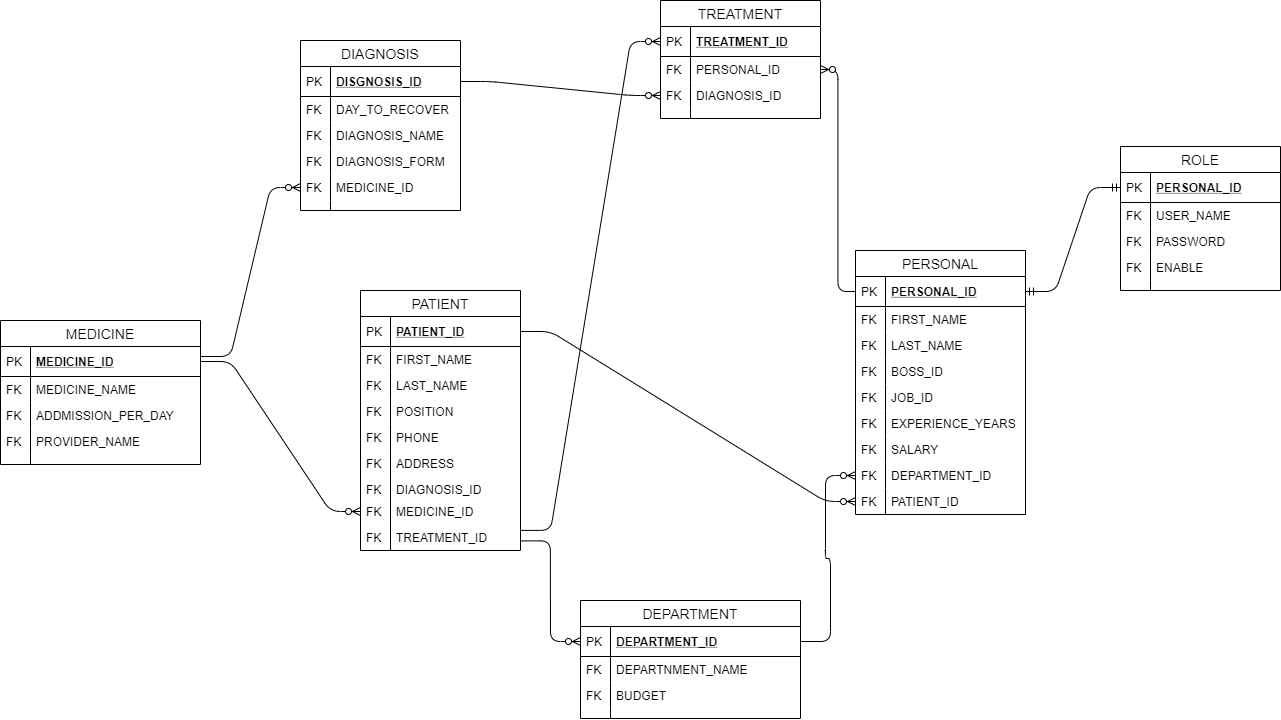
Before: TestSpringSecurityMavenProject/diagrams/DB_Diagram.png, a diagram exported from draw.io (Viencer/test). Source tidied: cells renumbered, new cells last; positions are measured from the earlier drawing's top-left corner, leaving out a move shared by most shapes.
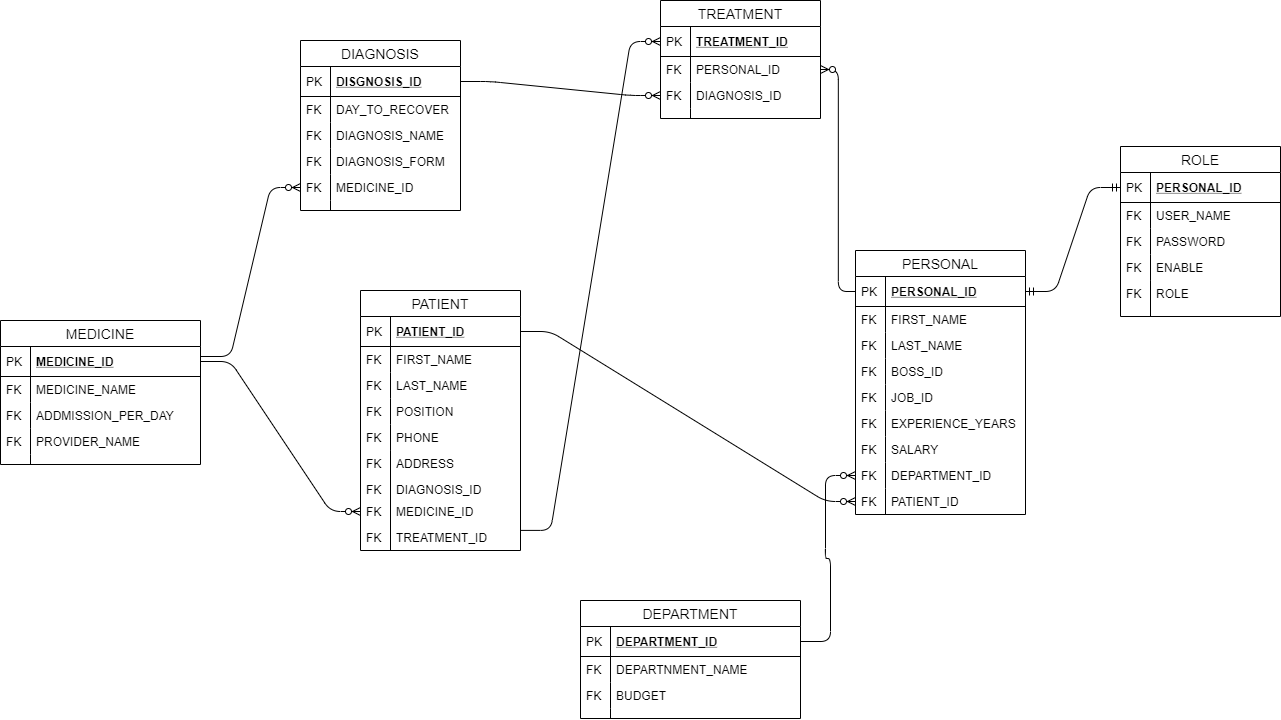
After the change.

Commit message:
Db_Diagram remove mistake

Diff of the diagram source:
```diff
@@ -203,9 +203,6 @@
     <mxCell id="68" style="edgeStyle=entityRelationEdgeStyle;fontSize=12;html=1;endArrow=ERzeroToMany;endFill=1;strokeColor=#000000;entryX=0;entryY=0.5;entryDx=0;entryDy=0;exitX=1;exitY=0.5;exitDx=0;exitDy=0;" parent="1" edge="1" source="48" target="22">
       <mxGeometry relative="1" as="geometry" />
     </mxCell>
-    <mxCell id="69" style="edgeStyle=entityRelationEdgeStyle;fontSize=12;html=1;endArrow=ERzeroToMany;endFill=1;strokeColor=#000000;entryX=0;entryY=0.5;entryDx=0;entryDy=0;exitX=0.999;exitY=0.63;exitDx=0;exitDy=0;exitPerimeter=0;" parent="1" edge="1" source="66" target="95">
-      <mxGeometry relative="1" as="geometry" />
-    </mxCell>
     <mxCell id="70" value="MEDICINE" style="swimlane;fontStyle=0;horizontal=1;startSize=26;align=center;fontSize=14;" parent="1" vertex="1">
       <mxGeometry y="320" width="200" height="144" as="geometry" />
     </mxCell>
@@ -246,7 +243,7 @@
       <mxGeometry relative="1" as="geometry" />
     </mxCell>
     <mxCell id="83" value="ROLE" style="swimlane;fontStyle=0;horizontal=1;startSize=26;align=center;fontSize=14;" parent="1" vertex="1">
-      <mxGeometry x="1120" y="146" width="160" height="144" as="geometry" />
+      <mxGeometry x="1120" y="146" width="160" height="170" as="geometry" />
     </mxCell>
     <mxCell id="84" value="PERSONAL_ID" style="shape=partialRectangle;top=0;left=0;right=0;bottom=1;align=left;verticalAlign=middle;fillColor=none;spacingLeft=34;spacingRight=4;overflow=hidden;points=[[0,0.5],[1,0.5]];portConstraint=eastwest;fontStyle=5;fontSize=12;" parent="83" vertex="1">
       <mxGeometry y="26" width="160" height="30" as="geometry" />
@@ -273,10 +270,10 @@
       <mxGeometry width="30" height="26" as="geometry" />
     </mxCell>
     <mxCell id="92" style="shape=partialRectangle;top=0;left=0;right=0;bottom=0;align=left;verticalAlign=top;fillColor=none;spacingLeft=34;spacingRight=4;overflow=hidden;fontSize=12;" parent="83" vertex="1">
-      <mxGeometry y="134" width="160" height="10" as="geometry" />
+      <mxGeometry y="134" width="160" height="36" as="geometry" />
     </mxCell>
     <mxCell id="93" style="shape=partialRectangle;top=0;left=0;bottom=0;fillColor=none;align=left;verticalAlign=top;spacingLeft=4;spacingRight=4;overflow=hidden;fontSize=12;" parent="92" vertex="1">
-      <mxGeometry width="30" height="10" as="geometry" />
+      <mxGeometry width="30" height="36" as="geometry" />
     </mxCell>
     <mxCell id="94" value="DEPARTMENT" style="swimlane;fontStyle=0;horizontal=1;startSize=26;align=center;fontSize=14;" parent="1" vertex="1">
       <mxGeometry x="580" y="600" width="220" height="118" as="geometry" />
@@ -310,5 +307,11 @@
         <mxPoint x="200" y="356" as="sourcePoint" />
       </mxGeometry>
     </mxCell>
+    <mxCell id="104" value="ROLE" style="shape=partialRectangle;top=0;left=0;right=0;bottom=0;align=left;verticalAlign=top;fillColor=none;spacingLeft=34;spacingRight=4;overflow=hidden;fontSize=12;" parent="1" vertex="1">
+      <mxGeometry x="1120" y="280" width="160" height="26" as="geometry" />
+    </mxCell>
+    <mxCell id="105" value="FK" style="shape=partialRectangle;top=0;left=0;bottom=0;fillColor=none;align=left;verticalAlign=top;spacingLeft=4;spacingRight=4;overflow=hidden;fontSize=12;" parent="104" vertex="1">
+      <mxGeometry width="30" height="26" as="geometry" />
+    </mxCell>
   </root>
 </mxGraphModel>
```
